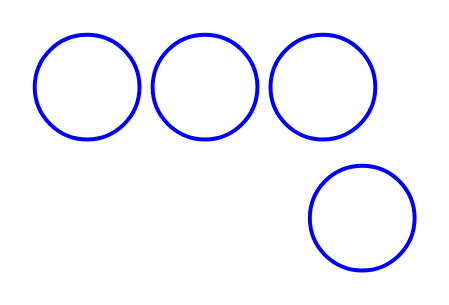
Earlier version of the draw.io diagram StreetFighter6/images/m____.drawio (yamasdais/notebook). Source tidied: cells renumbered, new cells numbered last; positions are measured from the earlier drawing's top-left corner, leaving out a move shared by most shapes. Both pictures are drawn from the tidied source at 131%, with x=0, y=0 at pixel (34, 34).
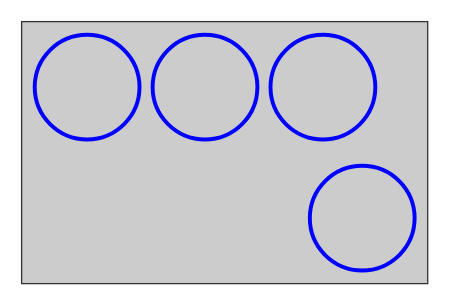
Above is the later version.

What changed in the source:
```diff
@@
 <mxGraphModel>
   <root>
     <mxCell id="0" />
     <mxCell id="1" parent="0" />
+    <mxCell id="6" style="rounded=0;whiteSpace=wrap;html=1;fillColor=#CCCCCC;strokeColor=#333333;" parent="1" vertex="1">
+      <mxGeometry x="-10" y="-10" width="310" height="200" as="geometry" />
+    </mxCell>
     <mxCell id="2" style="ellipse;whiteSpace=wrap;html=1;strokeWidth=3;fillColor=none;strokeColor=#0000FF;" parent="1" vertex="1">
       <mxGeometry width="80" height="80" as="geometry" />
     </mxCell>
     <mxCell id="3" style="ellipse;whiteSpace=wrap;html=1;strokeWidth=3;fillColor=none;strokeColor=#0000FF;" parent="1" vertex="1">
       <mxGeometry x="210" y="100" width="80" height="80" as="geometry" />
     </mxCell>
     <mxCell id="4" style="ellipse;whiteSpace=wrap;html=1;strokeWidth=3;fillColor=none;strokeColor=#0000FF;" parent="1" vertex="1">
       <mxGeometry x="180" width="80" height="80" as="geometry" />
     </mxCell>
     <mxCell id="5" style="ellipse;whiteSpace=wrap;html=1;strokeWidth=3;fillColor=none;strokeColor=#0000FF;" parent="1" vertex="1">
       <mxGeometry x="90" width="80" height="80" as="geometry" />
     </mxCell>
   </root>
 </mxGraphModel>
```
